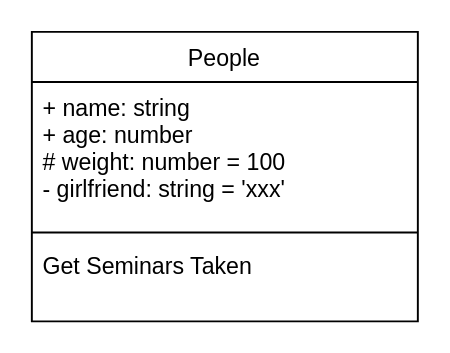
Above: 面向对象和UML类图的学习.drawio in xiongwei233/Design-Patterns (draw.io), before the change. Source tidied: cells renumbered, new cells numbered last; positions are measured from the earlier drawing's top-left corner, leaving out a move shared by most shapes. Both pictures are drawn from the tidied source at 193%, with x=0, y=0 at pixel (31, 31).
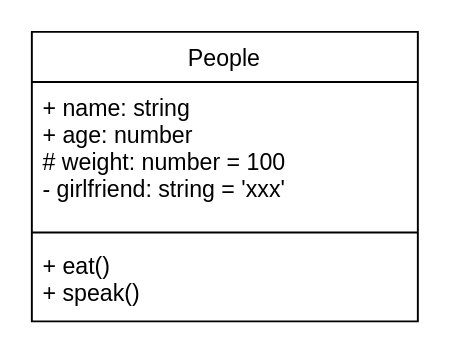
The same diagram, later.

Commit message (it also covers changes not shown here):
更新面向对象和UML类图的学习.drawio

The edit, as a diff of the source:
```diff
@@
 <mxGraphModel>
   <root>
     <mxCell id="0" />
     <mxCell id="1" parent="0" />
     <mxCell id="2" value="People" style="swimlane;fontStyle=0;align=center;verticalAlign=top;horizontal=1;startSize=26;rounded=0;shadow=0;strokeWidth=1;" parent="1" vertex="1">
       <mxGeometry width="200" height="150" as="geometry" />
     </mxCell>
     <mxCell id="3" value="+ name: string&#10;+ age: number&#10;# weight: number = 100&#10;- girlfriend: string = 'xxx'" style="text;align=left;verticalAlign=top;spacingLeft=4;spacingRight=4;overflow=hidden;" parent="2" vertex="1">
       <mxGeometry y="26" width="200" height="74" as="geometry" />
     </mxCell>
     <mxCell id="4" style="line;html=1;strokeWidth=1;align=left;verticalAlign=middle;spacingTop=-1;spacingLeft=3;spacingRight=3;labelPosition=right;" parent="2" vertex="1">
       <mxGeometry y="100" width="200" height="8" as="geometry" />
     </mxCell>
-    <mxCell id="5" value="Get Seminars Taken" style="text;align=left;verticalAlign=top;spacingLeft=4;spacingRight=4;overflow=hidden;" parent="2" vertex="1">
-      <mxGeometry y="108" width="200" height="26" as="geometry" />
+    <mxCell id="5" value="+ eat()&#10;+ speak()" style="text;align=left;verticalAlign=top;spacingLeft=4;spacingRight=4;overflow=hidden;" parent="2" vertex="1">
+      <mxGeometry y="108" width="200" height="40" as="geometry" />
     </mxCell>
   </root>
 </mxGraphModel>
```
